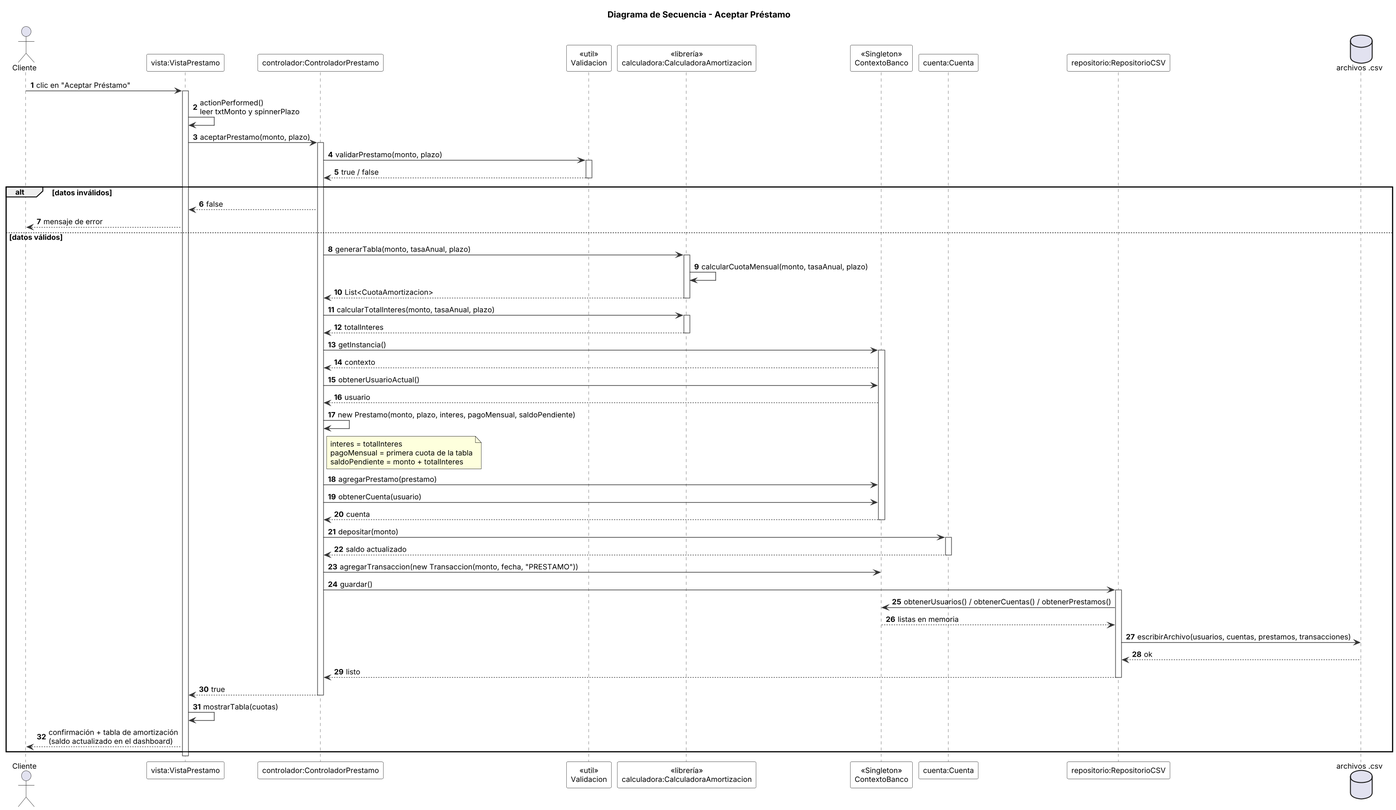
hectortorres2193-code/Simulador-Bancario-POO keeps this PlantUML diagram as docs/diagrama_secuencia.png. Above is the earlier version. The source it was exported from:
```plantuml
@startuml diagrama_secuencia
title Diagrama de Secuencia - Aceptar Préstamo
skinparam shadowing false
skinparam defaultFontName Arial
skinparam defaultFontSize 12
skinparam backgroundColor white
skinparam ArrowColor #333333
skinparam SequenceLifeLineBorderColor #555555
skinparam ParticipantBorderColor #333333
skinparam ParticipantBackgroundColor #FFFFFF
skinparam dpi 130
skinparam sequenceMessageAlign left
autonumber

actor Cliente
participant "vista:VistaPrestamo" as V
participant "controlador:ControladorPrestamo" as C
participant "<<util>>\nValidacion" as VAL
participant "<<librería>>\ncalculadora:CalculadoraAmortizacion" as LIB
participant "<<Singleton>>\nContextoBanco" as CTX
participant "cuenta:Cuenta" as CU
participant "repositorio:RepositorioCSV" as REPO
database "archivos .csv" as CSV

Cliente -> V : clic en "Aceptar Préstamo"
activate V
V -> V : actionPerformed()\nleer txtMonto y spinnerPlazo
V -> C : aceptarPrestamo(monto, plazo)
activate C

C -> VAL : validarPrestamo(monto, plazo)
activate VAL
VAL --> C : true / false
deactivate VAL

alt datos inválidos
  C --> V : false
  V --> Cliente : mensaje de error
else datos válidos
  C -> LIB : generarTabla(monto, tasaAnual, plazo)
  activate LIB
  LIB -> LIB : calcularCuotaMensual(monto, tasaAnual, plazo)
  LIB --> C : List<CuotaAmortizacion>
  deactivate LIB

  C -> LIB : calcularTotalInteres(monto, tasaAnual, plazo)
  activate LIB
  LIB --> C : totalInteres
  deactivate LIB

  C -> CTX : getInstancia()
  activate CTX
  CTX --> C : contexto
  C -> CTX : obtenerUsuarioActual()
  CTX --> C : usuario
  C -> C : new Prestamo(monto, plazo, interes, pagoMensual, saldoPendiente)
  note right of C
    interes = totalInteres
    pagoMensual = primera cuota de la tabla
    saldoPendiente = monto + totalInteres
  end note
  C -> CTX : agregarPrestamo(prestamo)
  C -> CTX : obtenerCuenta(usuario)
  CTX --> C : cuenta
  deactivate CTX

  C -> CU : depositar(monto)
  activate CU
  CU --> C : saldo actualizado
  deactivate CU

  C -> CTX : agregarTransaccion(new Transaccion(monto, fecha, "PRESTAMO"))

  C -> REPO : guardar()
  activate REPO
  REPO -> CTX : obtenerUsuarios() / obtenerCuentas() / obtenerPrestamos()
  CTX --> REPO : listas en memoria
  REPO -> CSV : escribirArchivo(usuarios, cuentas, prestamos, transacciones)
  CSV --> REPO : ok
  REPO --> C : listo
  deactivate REPO

  C --> V : true
  deactivate C
  V -> V : mostrarTabla(cuotas)
  V --> Cliente : confirmación + tabla de amortización\n(saldo actualizado en el dashboard)
end
deactivate V
@enduml
```
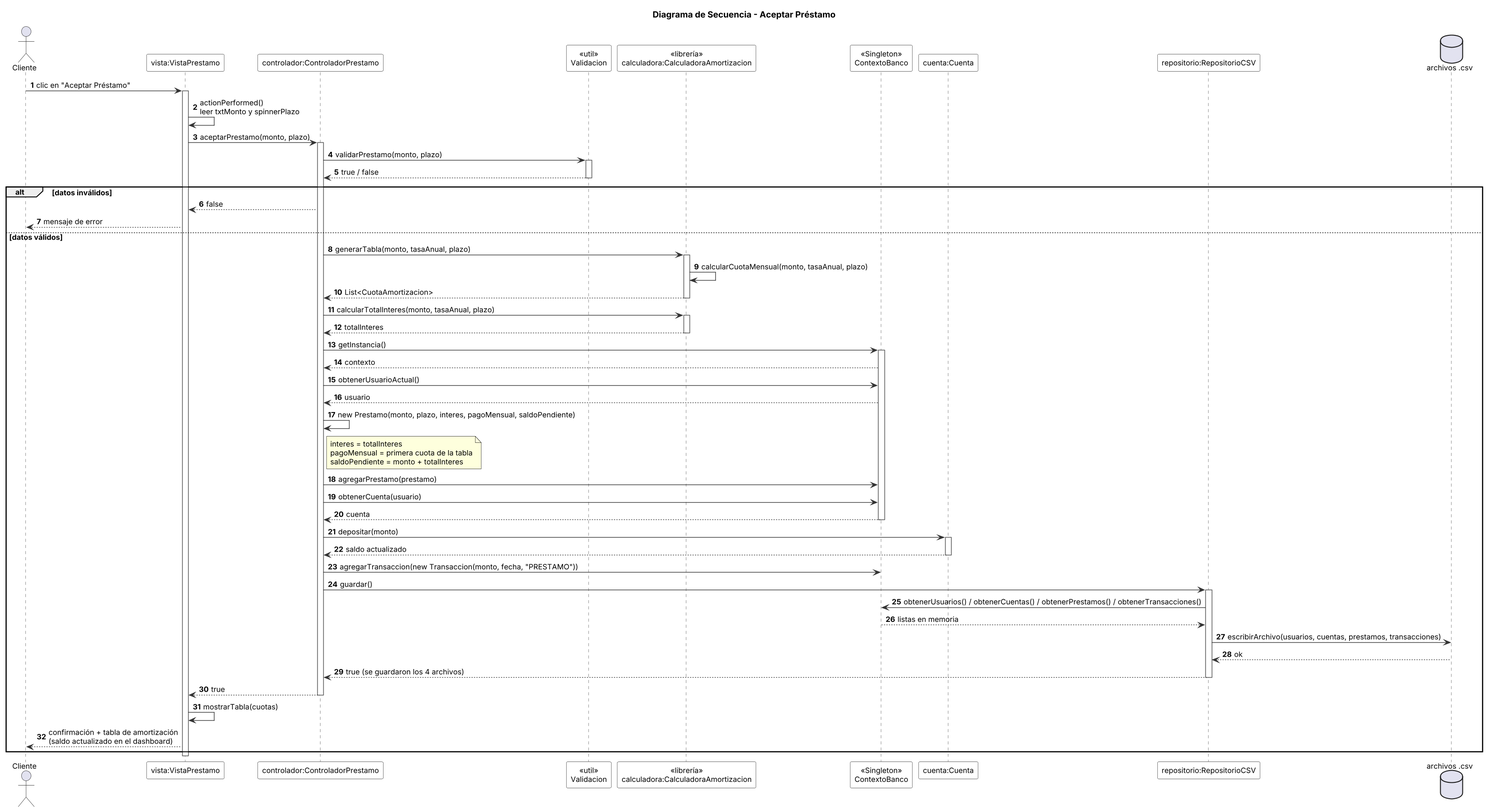
Later version of the same file.

What changed in the source:
```diff
@@ -73,11 +73,11 @@
 
   C -> REPO : guardar()
   activate REPO
-  REPO -> CTX : obtenerUsuarios() / obtenerCuentas() / obtenerPrestamos()
+  REPO -> CTX : obtenerUsuarios() / obtenerCuentas() / obtenerPrestamos() / obtenerTransacciones()
   CTX --> REPO : listas en memoria
   REPO -> CSV : escribirArchivo(usuarios, cuentas, prestamos, transacciones)
   CSV --> REPO : ok
-  REPO --> C : listo
+  REPO --> C : true (se guardaron los 4 archivos)
   deactivate REPO
 
   C --> V : true
```
